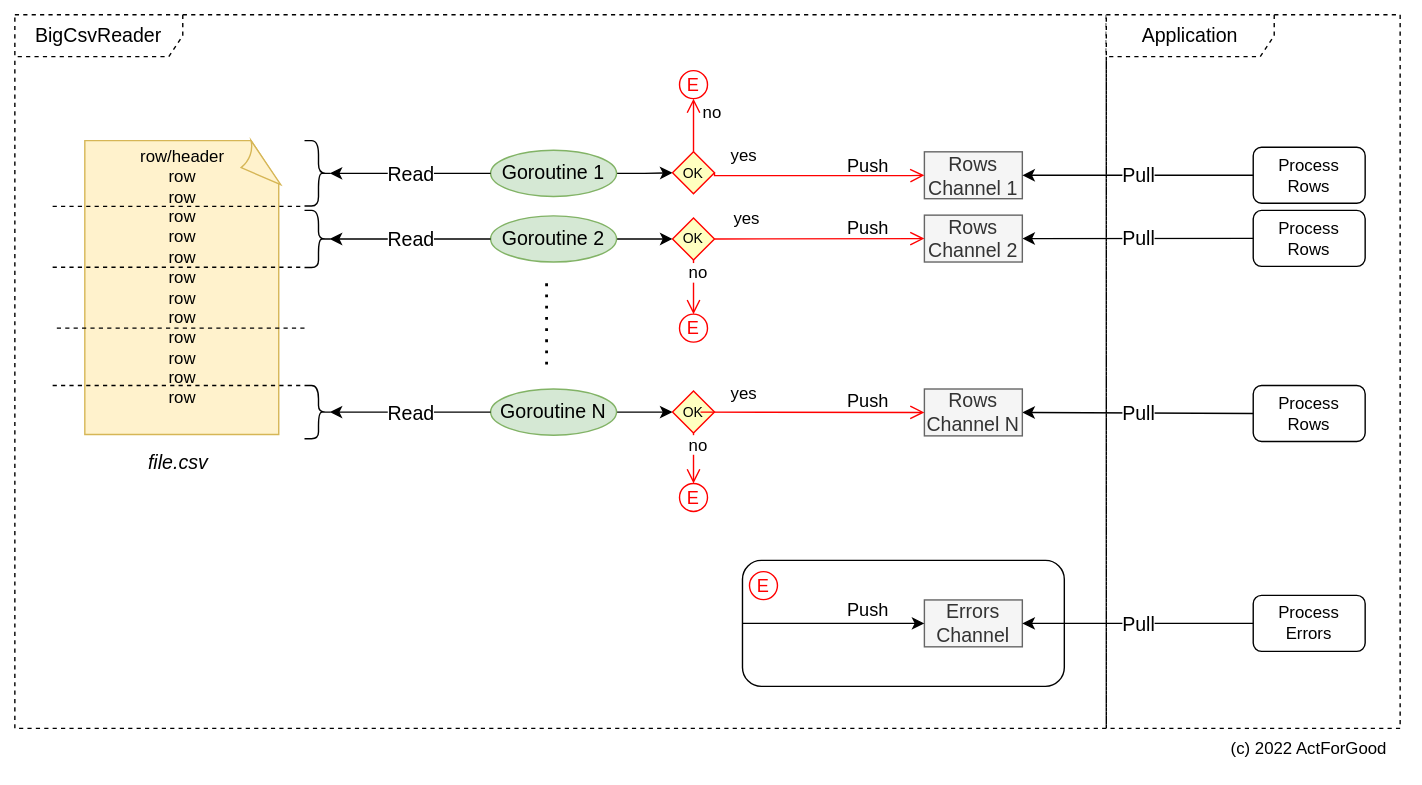
Before: docs/how-it-works.svg, a diagram exported from draw.io (actforgood/bigcsvreader). Source tidied: cells renumbered, new cells last; positions are measured from the earlier drawing's top-left corner, leaving out a move shared by most shapes. Its diagram source:
```xml
<mxGraphModel>
  <root>
    <mxCell id="0" />
    <mxCell id="1" parent="0" />
    <mxCell id="2" value="BigCsvReader" style="shape=umlFrame;whiteSpace=wrap;html=1;dashed=1;fontSize=14;width=120;height=30;fillColor=#FFFFFF;" parent="1" vertex="1">
      <mxGeometry width="780" height="510" as="geometry" />
    </mxCell>
    <mxCell id="3" value="Application" style="shape=umlFrame;whiteSpace=wrap;html=1;dashed=1;fontSize=14;width=120;height=30;fillColor=#FFFFFF;" parent="1" vertex="1">
      <mxGeometry x="780" width="210" height="510" as="geometry" />
    </mxCell>
    <mxCell id="4" value="&lt;div style=&quot;&quot;&gt;row/header&lt;/div&gt;&lt;div style=&quot;&quot;&gt;row&lt;/div&gt;&lt;div style=&quot;&quot;&gt;row&lt;/div&gt;&lt;div style=&quot;&quot;&gt;row&lt;/div&gt;&lt;div style=&quot;&quot;&gt;row&lt;/div&gt;&lt;div style=&quot;&quot;&gt;row&lt;/div&gt;&lt;div style=&quot;&quot;&gt;row&lt;/div&gt;&lt;div style=&quot;&quot;&gt;row&lt;/div&gt;&lt;div style=&quot;&quot;&gt;row&lt;/div&gt;&lt;div style=&quot;&quot;&gt;row&lt;/div&gt;&lt;div style=&quot;&quot;&gt;row&lt;/div&gt;&lt;div style=&quot;&quot;&gt;row&lt;/div&gt;&lt;div style=&quot;&quot;&gt;row&lt;/div&gt;&lt;div style=&quot;&quot;&gt;&lt;br&gt;&lt;/div&gt;" style="whiteSpace=wrap;html=1;shape=mxgraph.basic.document;align=center;labelPosition=center;verticalLabelPosition=middle;verticalAlign=middle;fillColor=#fff2cc;strokeColor=#d6b656;" parent="1" vertex="1">
      <mxGeometry x="50" y="90" width="140" height="210" as="geometry" />
    </mxCell>
    <mxCell id="5" style="line;strokeWidth=1;fillColor=none;align=left;verticalAlign=middle;spacingTop=-1;spacingLeft=3;spacingRight=3;labelPosition=right;dashed=1;" parent="1" vertex="1">
      <mxGeometry x="27" y="261" width="180" height="8" as="geometry" />
    </mxCell>
    <mxCell id="6" value="file.csv" style="text;html=1;strokeColor=none;fillColor=none;align=center;verticalAlign=middle;whiteSpace=wrap;rounded=0;fontSize=14;fontStyle=2;" parent="1" vertex="1">
      <mxGeometry x="87" y="305" width="60" height="30" as="geometry" />
    </mxCell>
    <mxCell id="7" style="edgeStyle=orthogonalEdgeStyle;rounded=0;jettySize=auto;html=1;entryX=0;entryY=0.5;entryDx=0;entryDy=0;fontSize=12;fontColor=#000000;" parent="1" edge="1" source="8" target="37">
      <mxGeometry relative="1" as="geometry" />
    </mxCell>
    <mxCell id="8" value="Goroutine 1" style="ellipse;whiteSpace=wrap;html=1;fontSize=14;fillColor=#d5e8d4;strokeColor=#82b366;" parent="1" vertex="1">
      <mxGeometry x="340" y="96.9" width="90" height="33" as="geometry" />
    </mxCell>
    <mxCell id="9" style="endArrow=classic;html=1;rounded=0;fontSize=14;fontColor=#000000;exitX=0;exitY=0.5;exitDx=0;exitDy=0;entryX=0.1;entryY=0.5;entryDx=0;entryDy=0;entryPerimeter=0;" parent="1" edge="1" source="8" target="20">
      <mxGeometry relative="1" as="geometry" />
    </mxCell>
    <mxCell id="10" value="Read" style="edgeLabel;html=1;align=center;verticalAlign=middle;fontSize=14;fontColor=#000000;" parent="9" vertex="1">
      <mxGeometry relative="1" as="geometry" />
    </mxCell>
    <mxCell id="11" style="edgeStyle=orthogonalEdgeStyle;rounded=0;jettySize=auto;html=1;entryX=0;entryY=0.5;entryDx=0;entryDy=0;fontSize=13;fontColor=#000000;" parent="1" edge="1" source="12" target="43">
      <mxGeometry relative="1" as="geometry" />
    </mxCell>
    <mxCell id="12" value="Goroutine 2" style="ellipse;whiteSpace=wrap;html=1;fontSize=14;fillColor=#d5e8d4;strokeColor=#82b366;" parent="1" vertex="1">
      <mxGeometry x="340" y="143.8" width="90" height="33" as="geometry" />
    </mxCell>
    <mxCell id="13" style="endArrow=classic;html=1;rounded=0;fontSize=14;fontColor=#000000;exitX=0;exitY=0.5;exitDx=0;exitDy=0;entryX=0.1;entryY=0.5;entryDx=0;entryDy=0;entryPerimeter=0;" parent="1" edge="1" source="12" target="24">
      <mxGeometry relative="1" as="geometry" />
    </mxCell>
    <mxCell id="14" value="Read" style="edgeLabel;html=1;align=center;verticalAlign=middle;fontSize=14;fontColor=#000000;" parent="13" vertex="1">
      <mxGeometry relative="1" as="geometry" />
    </mxCell>
    <mxCell id="15" style="edgeStyle=orthogonalEdgeStyle;rounded=0;jettySize=auto;html=1;fontSize=13;fontColor=#000000;" parent="1" edge="1" source="16" target="49">
      <mxGeometry relative="1" as="geometry" />
    </mxCell>
    <mxCell id="16" value="Goroutine N" style="ellipse;whiteSpace=wrap;html=1;fontSize=14;fillColor=#d5e8d4;strokeColor=#82b366;" parent="1" vertex="1">
      <mxGeometry x="340" y="267.5" width="90" height="33" as="geometry" />
    </mxCell>
    <mxCell id="17" style="endArrow=none;dashed=1;html=1;dashPattern=1 3;strokeWidth=2;rounded=0;fontSize=14;fontColor=#000000;" parent="1" edge="1">
      <mxGeometry relative="1" as="geometry">
        <mxPoint x="380" y="250" as="sourcePoint" />
        <mxPoint x="380" y="190" as="targetPoint" />
      </mxGeometry>
    </mxCell>
    <mxCell id="18" value="Rows&lt;br&gt;Channel 1" style="rounded=0;whiteSpace=wrap;html=1;fontSize=14;fontColor=#333333;fillColor=#f5f5f5;strokeColor=#666666;" parent="1" vertex="1">
      <mxGeometry x="650" y="98" width="70" height="33.5" as="geometry" />
    </mxCell>
    <mxCell id="19" style="shape=curlyBracket;whiteSpace=wrap;html=1;rounded=1;flipH=1;fontSize=14;fontColor=#000000;" parent="1" vertex="1">
      <mxGeometry x="207" y="265" width="20" height="38" as="geometry" />
    </mxCell>
    <mxCell id="20" style="shape=curlyBracket;whiteSpace=wrap;html=1;rounded=1;flipH=1;fontSize=14;fontColor=#000000;" parent="1" vertex="1">
      <mxGeometry x="207" y="90" width="20" height="46.8" as="geometry" />
    </mxCell>
    <mxCell id="21" style="line;strokeWidth=1;fillColor=none;align=left;verticalAlign=middle;spacingTop=-1;spacingLeft=3;spacingRight=3;labelPosition=right;dashed=1;" parent="1" vertex="1">
      <mxGeometry x="30" y="220" width="180" height="8" as="geometry" />
    </mxCell>
    <mxCell id="22" style="line;strokeWidth=1;fillColor=none;align=left;verticalAlign=middle;spacingTop=-1;spacingLeft=3;spacingRight=3;labelPosition=right;dashed=1;" parent="1" vertex="1">
      <mxGeometry x="27" y="176.5" width="180" height="8" as="geometry" />
    </mxCell>
    <mxCell id="23" style="line;strokeWidth=1;fillColor=none;align=left;verticalAlign=middle;spacingTop=-1;spacingLeft=3;spacingRight=3;labelPosition=right;dashed=1;" parent="1" vertex="1">
      <mxGeometry x="27" y="133" width="180" height="8" as="geometry" />
    </mxCell>
    <mxCell id="24" style="shape=curlyBracket;whiteSpace=wrap;html=1;rounded=1;flipH=1;fontSize=14;fontColor=#000000;" parent="1" vertex="1">
      <mxGeometry x="207" y="139.9" width="20" height="40.8" as="geometry" />
    </mxCell>
    <mxCell id="25" style="endArrow=classic;html=1;rounded=0;fontSize=14;fontColor=#000000;exitX=0;exitY=0.5;exitDx=0;exitDy=0;entryX=0.1;entryY=0.5;entryDx=0;entryDy=0;entryPerimeter=0;" parent="1" edge="1" source="16" target="19">
      <mxGeometry relative="1" as="geometry" />
    </mxCell>
    <mxCell id="26" value="Read" style="edgeLabel;html=1;align=center;verticalAlign=middle;fontSize=14;fontColor=#000000;" parent="25" vertex="1">
      <mxGeometry relative="1" as="geometry" />
    </mxCell>
    <mxCell id="27" value="Process&lt;br style=&quot;font-size: 12px;&quot;&gt;Rows" style="rounded=1;whiteSpace=wrap;html=1;fontSize=12;fontColor=#000000;fillColor=#FFFFFF;" parent="1" vertex="1">
      <mxGeometry x="885" y="94.8" width="80" height="40" as="geometry" />
    </mxCell>
    <mxCell id="28" style="endArrow=classic;html=1;rounded=0;fontSize=14;fontColor=#000000;exitX=0;exitY=0.5;exitDx=0;exitDy=0;entryX=1;entryY=0.5;entryDx=0;entryDy=0;" parent="1" edge="1" source="27" target="18">
      <mxGeometry relative="1" as="geometry" />
    </mxCell>
    <mxCell id="29" value="Pull" style="edgeLabel;html=1;align=center;verticalAlign=middle;fontSize=14;fontColor=#000000;" parent="28" vertex="1">
      <mxGeometry relative="1" as="geometry" />
    </mxCell>
    <mxCell id="30" value="Process&lt;br style=&quot;font-size: 12px;&quot;&gt;Rows" style="rounded=1;whiteSpace=wrap;html=1;fontSize=12;fontColor=#000000;fillColor=#FFFFFF;" parent="1" vertex="1">
      <mxGeometry x="885" y="139.9" width="80" height="40" as="geometry" />
    </mxCell>
    <mxCell id="31" style="endArrow=classic;html=1;rounded=0;fontSize=14;fontColor=#000000;exitX=0;exitY=0.5;exitDx=0;exitDy=0;entryX=1;entryY=0.5;entryDx=0;entryDy=0;" parent="1" edge="1" source="30" target="42">
      <mxGeometry relative="1" as="geometry" />
    </mxCell>
    <mxCell id="32" value="Pull" style="edgeLabel;html=1;align=center;verticalAlign=middle;fontSize=14;fontColor=#000000;" parent="31" vertex="1">
      <mxGeometry relative="1" as="geometry" />
    </mxCell>
    <mxCell id="33" value="Process&lt;br style=&quot;font-size: 12px;&quot;&gt;Rows" style="rounded=1;whiteSpace=wrap;html=1;fontSize=12;fontColor=#000000;fillColor=#FFFFFF;" parent="1" vertex="1">
      <mxGeometry x="885" y="265" width="80" height="40" as="geometry" />
    </mxCell>
    <mxCell id="34" style="endArrow=classic;html=1;rounded=0;fontSize=14;fontColor=#000000;exitX=0;exitY=0.5;exitDx=0;exitDy=0;entryX=1;entryY=0.5;entryDx=0;entryDy=0;" parent="1" edge="1" source="33" target="48">
      <mxGeometry relative="1" as="geometry" />
    </mxCell>
    <mxCell id="35" value="Pull" style="edgeLabel;html=1;align=center;verticalAlign=middle;fontSize=14;fontColor=#000000;" parent="34" vertex="1">
      <mxGeometry relative="1" as="geometry" />
    </mxCell>
    <mxCell id="36" value="(c) 2022 ActForGood" style="text;html=1;strokeColor=none;fillColor=none;align=center;verticalAlign=middle;whiteSpace=wrap;rounded=0;fontSize=12;fontColor=#000000;" parent="1" vertex="1">
      <mxGeometry x="855" y="510" width="140" height="30" as="geometry" />
    </mxCell>
    <mxCell id="37" value="&lt;font style=&quot;font-size: 10px;&quot;&gt;OK&lt;/font&gt;" style="rhombus;whiteSpace=wrap;html=1;fillColor=#ffffc0;strokeColor=#ff0000;fontSize=10;fontColor=#000000;" parent="1" vertex="1">
      <mxGeometry x="470" y="98" width="30" height="30" as="geometry" />
    </mxCell>
    <mxCell id="38" value="yes" style="edgeStyle=orthogonalEdgeStyle;html=1;align=left;verticalAlign=bottom;endArrow=open;endSize=8;strokeColor=#ff0000;rounded=0;fontSize=12;fontColor=#000000;exitX=1;exitY=0.5;exitDx=0;exitDy=0;entryX=0;entryY=0.5;entryDx=0;entryDy=0;" parent="1" edge="1" source="37" target="18">
      <mxGeometry x="-0.84" y="5" relative="1" as="geometry">
        <Array as="points">
          <mxPoint x="500" y="115" />
          <mxPoint x="640" y="115" />
        </Array>
      </mxGeometry>
    </mxCell>
    <mxCell id="39" value="no" style="edgeStyle=orthogonalEdgeStyle;html=1;align=left;verticalAlign=bottom;endArrow=open;endSize=8;strokeColor=#ff0000;rounded=0;fontSize=12;fontColor=#000000;exitX=0.5;exitY=0;exitDx=0;exitDy=0;entryX=0.5;entryY=1;entryDx=0;entryDy=0;" parent="1" edge="1" source="37" target="40">
      <mxGeometry y="-5" relative="1" as="geometry" />
    </mxCell>
    <mxCell id="40" value="E" style="ellipse;whiteSpace=wrap;html=1;fontSize=13;fontColor=#FF0000;fillColor=#FFFFFF;strokeColor=#FF0000;" parent="1" vertex="1">
      <mxGeometry x="475" y="40" width="20" height="20" as="geometry" />
    </mxCell>
    <mxCell id="41" value="Push" style="text;html=1;strokeColor=none;fillColor=none;align=center;verticalAlign=middle;whiteSpace=wrap;rounded=0;fontSize=13;fontColor=#000000;" parent="1" vertex="1">
      <mxGeometry x="580" y="93" width="60" height="30" as="geometry" />
    </mxCell>
    <mxCell id="42" value="Rows&lt;br&gt;Channel 2" style="rounded=0;whiteSpace=wrap;html=1;fontSize=14;fontColor=#333333;fillColor=#f5f5f5;strokeColor=#666666;" parent="1" vertex="1">
      <mxGeometry x="650" y="143.2" width="70" height="33.5" as="geometry" />
    </mxCell>
    <mxCell id="43" value="&lt;font style=&quot;font-size: 10px;&quot;&gt;OK&lt;/font&gt;" style="rhombus;whiteSpace=wrap;html=1;fillColor=#ffffc0;strokeColor=#ff0000;fontSize=10;fontColor=#000000;" parent="1" vertex="1">
      <mxGeometry x="470" y="145.2" width="30" height="30" as="geometry" />
    </mxCell>
    <mxCell id="44" value="yes" style="edgeStyle=orthogonalEdgeStyle;html=1;align=left;verticalAlign=bottom;endArrow=open;endSize=8;strokeColor=#ff0000;rounded=0;fontSize=12;fontColor=#000000;exitX=1;exitY=0.5;exitDx=0;exitDy=0;entryX=0;entryY=0.5;entryDx=0;entryDy=0;" parent="1" edge="1" source="43" target="42">
      <mxGeometry x="-0.84" y="5" relative="1" as="geometry">
        <Array as="points">
          <mxPoint x="500" y="160.2" />
          <mxPoint x="640" y="160.2" />
        </Array>
      </mxGeometry>
    </mxCell>
    <mxCell id="45" value="no" style="edgeStyle=orthogonalEdgeStyle;html=1;align=left;verticalAlign=bottom;endArrow=open;endSize=8;strokeColor=#ff0000;rounded=0;fontSize=12;fontColor=#000000;exitX=0.5;exitY=1;exitDx=0;exitDy=0;entryX=0.5;entryY=0;entryDx=0;entryDy=0;" parent="1" edge="1" source="43" target="46">
      <mxGeometry y="-5" relative="1" as="geometry" />
    </mxCell>
    <mxCell id="46" value="E" style="ellipse;whiteSpace=wrap;html=1;fontSize=13;fontColor=#FF0000;fillColor=#FFFFFF;strokeColor=#FF0000;" parent="1" vertex="1">
      <mxGeometry x="475" y="214" width="20" height="20" as="geometry" />
    </mxCell>
    <mxCell id="47" value="Push" style="text;html=1;strokeColor=none;fillColor=none;align=center;verticalAlign=middle;whiteSpace=wrap;rounded=0;fontSize=13;fontColor=#000000;" parent="1" vertex="1">
      <mxGeometry x="580" y="136.8" width="60" height="30" as="geometry" />
    </mxCell>
    <mxCell id="48" value="Rows&lt;br&gt;Channel N" style="rounded=0;whiteSpace=wrap;html=1;fontSize=14;fontColor=#333333;fillColor=#f5f5f5;strokeColor=#666666;" parent="1" vertex="1">
      <mxGeometry x="650" y="267.5" width="70" height="33.5" as="geometry" />
    </mxCell>
    <mxCell id="49" value="&lt;font style=&quot;font-size: 10px;&quot;&gt;OK&lt;/font&gt;" style="rhombus;whiteSpace=wrap;html=1;fillColor=#ffffc0;strokeColor=#ff0000;fontSize=10;fontColor=#000000;" parent="1" vertex="1">
      <mxGeometry x="470" y="269" width="30" height="30" as="geometry" />
    </mxCell>
    <mxCell id="50" value="yes" style="edgeStyle=orthogonalEdgeStyle;html=1;align=left;verticalAlign=bottom;endArrow=open;endSize=8;strokeColor=#ff0000;rounded=0;fontSize=12;fontColor=#000000;exitX=1;exitY=0.5;exitDx=0;exitDy=0;entryX=0;entryY=0.5;entryDx=0;entryDy=0;" parent="1" edge="1" source="49" target="48">
      <mxGeometry x="-0.65" y="4" relative="1" as="geometry">
        <Array as="points">
          <mxPoint x="490" y="284.5" />
          <mxPoint x="630" y="284.5" />
        </Array>
      </mxGeometry>
    </mxCell>
    <mxCell id="51" value="no" style="edgeStyle=orthogonalEdgeStyle;html=1;align=left;verticalAlign=bottom;endArrow=open;endSize=8;strokeColor=#ff0000;rounded=0;fontSize=12;fontColor=#000000;exitX=0.5;exitY=1;exitDx=0;exitDy=0;entryX=0.5;entryY=0;entryDx=0;entryDy=0;" parent="1" edge="1" source="49" target="52">
      <mxGeometry y="-5" relative="1" as="geometry" />
    </mxCell>
    <mxCell id="52" value="E" style="ellipse;whiteSpace=wrap;html=1;fontSize=13;fontColor=#FF0000;fillColor=#FFFFFF;strokeColor=#FF0000;" parent="1" vertex="1">
      <mxGeometry x="475" y="335" width="20" height="20" as="geometry" />
    </mxCell>
    <mxCell id="53" value="Push" style="text;html=1;strokeColor=none;fillColor=none;align=center;verticalAlign=middle;whiteSpace=wrap;rounded=0;fontSize=13;fontColor=#000000;" parent="1" vertex="1">
      <mxGeometry x="580" y="261" width="60" height="30" as="geometry" />
    </mxCell>
    <mxCell id="54" style="rounded=1;whiteSpace=wrap;html=1;fontSize=13;fontColor=#000000;fillColor=#FFFFFF;" parent="1" vertex="1">
      <mxGeometry x="520" y="390" width="230" height="90" as="geometry" />
    </mxCell>
    <mxCell id="55" value="Errors&lt;br&gt;Channel" style="rounded=0;whiteSpace=wrap;html=1;fontSize=14;fontColor=#333333;fillColor=#f5f5f5;strokeColor=#666666;" parent="1" vertex="1">
      <mxGeometry x="650" y="418.2" width="70" height="33.5" as="geometry" />
    </mxCell>
    <mxCell id="56" value="Push" style="text;html=1;strokeColor=none;fillColor=none;align=center;verticalAlign=middle;whiteSpace=wrap;rounded=0;fontSize=13;fontColor=#000000;" parent="1" vertex="1">
      <mxGeometry x="580" y="410" width="60" height="30" as="geometry" />
    </mxCell>
    <mxCell id="57" style="endArrow=classic;html=1;rounded=0;fontSize=13;fontColor=#000000;exitX=0;exitY=0.5;exitDx=0;exitDy=0;entryX=0;entryY=0.5;entryDx=0;entryDy=0;" parent="1" edge="1" source="54" target="55">
      <mxGeometry relative="1" as="geometry" />
    </mxCell>
    <mxCell id="58" value="E" style="ellipse;whiteSpace=wrap;html=1;fontSize=13;fontColor=#FF0000;fillColor=#FFFFFF;strokeColor=#FF0000;" parent="1" vertex="1">
      <mxGeometry x="525" y="398" width="20" height="20" as="geometry" />
    </mxCell>
    <mxCell id="59" value="Process&lt;br style=&quot;font-size: 12px;&quot;&gt;Errors" style="rounded=1;whiteSpace=wrap;html=1;fontSize=12;fontColor=#000000;fillColor=#FFFFFF;" parent="1" vertex="1">
      <mxGeometry x="885" y="415" width="80" height="40" as="geometry" />
    </mxCell>
    <mxCell id="60" style="endArrow=classic;html=1;rounded=0;fontSize=14;fontColor=#000000;exitX=0;exitY=0.5;exitDx=0;exitDy=0;entryX=1;entryY=0.5;entryDx=0;entryDy=0;" parent="1" edge="1" source="59" target="55">
      <mxGeometry relative="1" as="geometry" />
    </mxCell>
    <mxCell id="61" value="Pull" style="edgeLabel;html=1;align=center;verticalAlign=middle;fontSize=14;fontColor=#000000;" parent="60" vertex="1">
      <mxGeometry relative="1" as="geometry" />
    </mxCell>
  </root>
</mxGraphModel>
```
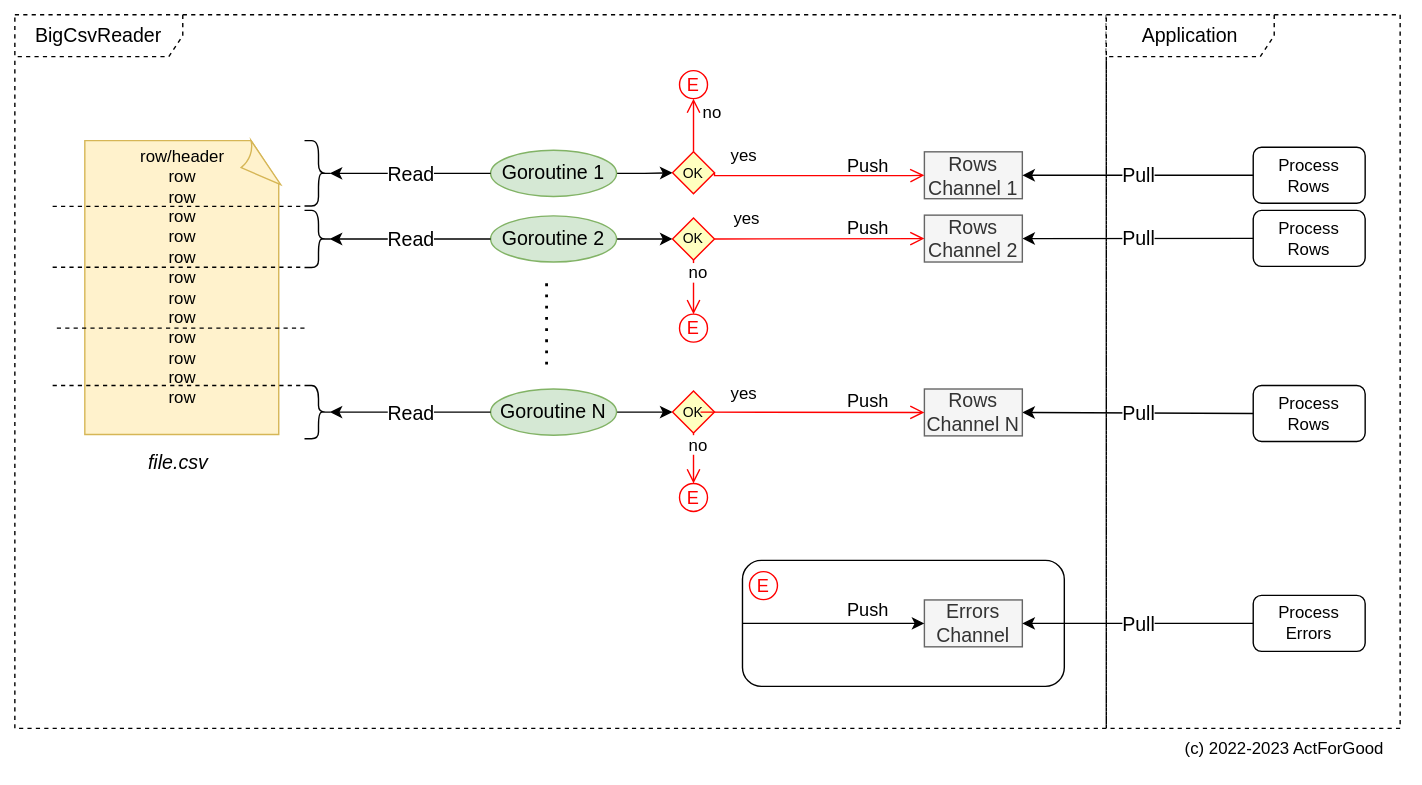
Later version of the same file.

The edit, as a diff of the source:
```diff
@@ -107,8 +107,8 @@
     <mxCell id="35" value="Pull" style="edgeLabel;html=1;align=center;verticalAlign=middle;fontSize=14;fontColor=#000000;" parent="34" vertex="1">
       <mxGeometry relative="1" as="geometry" />
     </mxCell>
-    <mxCell id="36" value="(c) 2022 ActForGood" style="text;html=1;strokeColor=none;fillColor=none;align=center;verticalAlign=middle;whiteSpace=wrap;rounded=0;fontSize=12;fontColor=#000000;" parent="1" vertex="1">
-      <mxGeometry x="855" y="510" width="140" height="30" as="geometry" />
+    <mxCell id="36" value="(c) 2022-2023 ActForGood" style="text;html=1;strokeColor=none;fillColor=none;align=center;verticalAlign=middle;whiteSpace=wrap;rounded=0;fontSize=12;fontColor=#000000;" parent="1" vertex="1">
+      <mxGeometry x="820" y="510" width="175" height="30" as="geometry" />
     </mxCell>
     <mxCell id="37" value="&lt;font style=&quot;font-size: 10px;&quot;&gt;OK&lt;/font&gt;" style="rhombus;whiteSpace=wrap;html=1;fillColor=#ffffc0;strokeColor=#ff0000;fontSize=10;fontColor=#000000;" parent="1" vertex="1">
       <mxGeometry x="470" y="98" width="30" height="30" as="geometry" />
```
